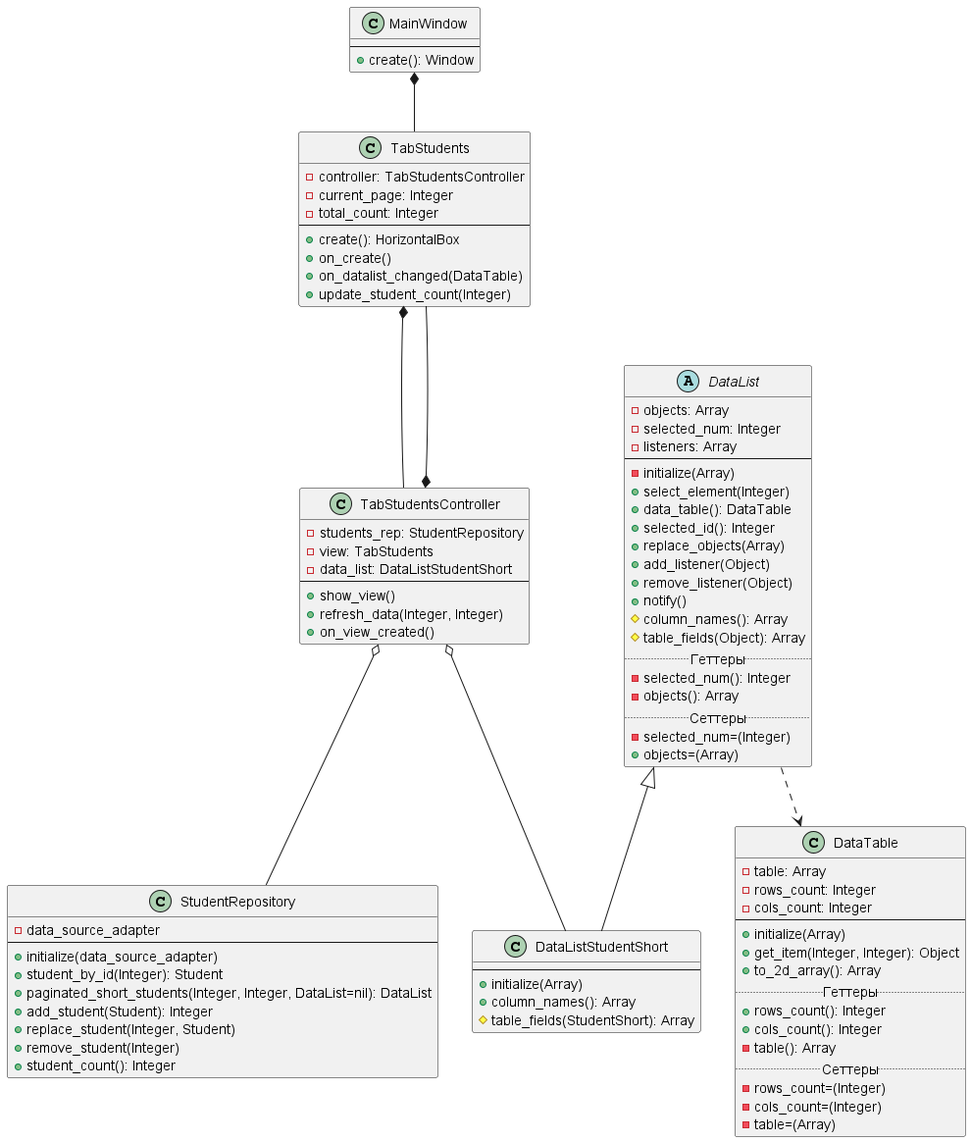
KoriganGH/Patterns keeps this PlantUML diagram as StudentLab/mvc.png. Above is the earlier version. Its diagram source:
```plantuml
@startuml

MainWindow *-- TabStudents
TabStudents *-- TabStudentsController
TabStudentsController *-- TabStudents
DataList ..> DataTable
TabStudentsController o-- DataListStudentShort
TabStudentsController o-- StudentRepository

class MainWindow {
    --
    +create(): Window
}

class TabStudents {
    -controller: TabStudentsController
    -current_page: Integer
    -total_count: Integer
    --
    +create(): HorizontalBox
    +on_create()
    +on_datalist_changed(DataTable)
    +update_student_count(Integer)
}

class TabStudentsController {
    -students_rep: StudentRepository
    -view: TabStudents
    -data_list: DataListStudentShort
    --
    +show_view()
    +refresh_data(Integer, Integer)
    +on_view_created()
}

class DataTable {
    -table: Array
    -rows_count: Integer
    -cols_count: Integer
    --
    +initialize(Array)
    +get_item(Integer, Integer): Object
    +to_2d_array(): Array
    .. Геттеры ..
    +rows_count(): Integer
    +cols_count(): Integer
    -table(): Array
    .. Сеттеры ..
    -rows_count=(Integer)
    -cols_count=(Integer)
    -table=(Array)
}

abstract class DataList {
    -objects: Array
    -selected_num: Integer
    -listeners: Array
    --
    -initialize(Array)
    +select_element(Integer)
    +data_table(): DataTable
    +selected_id(): Integer
    +replace_objects(Array)
    +add_listener(Object)
    +remove_listener(Object)
    +notify()
    #column_names(): Array
    #table_fields(Object): Array
    .. Геттеры ..
    -selected_num(): Integer
    -objects(): Array
    .. Сеттеры ..
    -selected_num=(Integer)
    +objects=(Array)
}

class DataListStudentShort extends DataList {
    --
    +initialize(Array)
    +column_names(): Array
    #table_fields(StudentShort): Array
}

class StudentRepository {
    -data_source_adapter
    --
    +initialize(data_source_adapter)
    +student_by_id(Integer): Student
    +paginated_short_students(Integer, Integer, DataList=nil): DataList
    +add_student(Student): Integer
    +replace_student(Integer, Student)
    +remove_student(Integer)
    +student_count(): Integer
}
@enduml
```
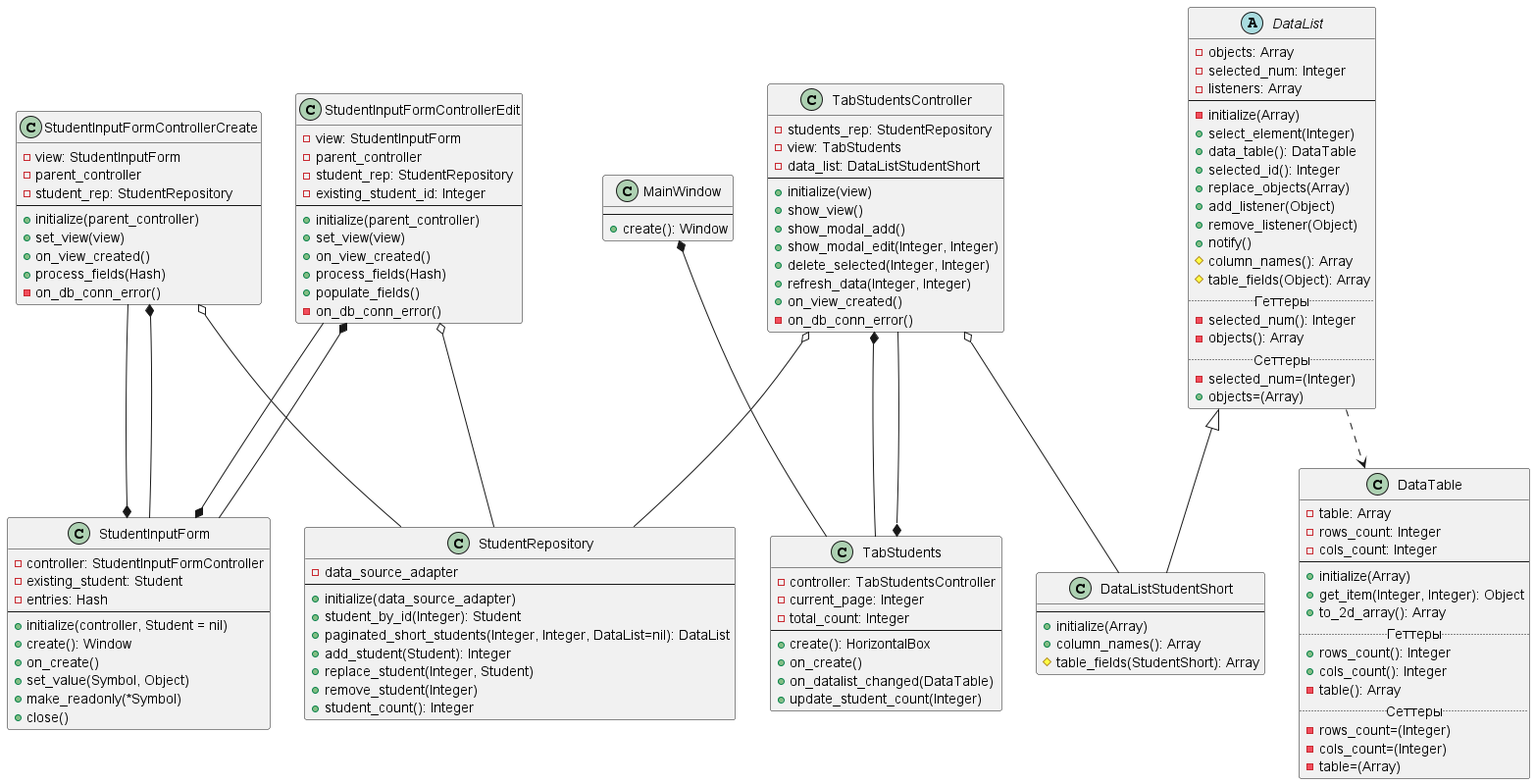
The same file after the commit.

The edit, as a diff of the source:
```diff
@@ -6,6 +6,14 @@
 DataList ..> DataTable
 TabStudentsController o-- DataListStudentShort
 TabStudentsController o-- StudentRepository
+
+StudentInputForm *-u- StudentInputFormControllerCreate
+StudentInputFormControllerCreate *-- StudentInputForm
+StudentInputFormControllerCreate o-- StudentRepository
+
+StudentInputForm *-u- StudentInputFormControllerEdit
+StudentInputFormControllerEdit *-- StudentInputForm
+StudentInputFormControllerEdit o-- StudentRepository
 
 class MainWindow {
     --
@@ -28,9 +36,53 @@
     -view: TabStudents
     -data_list: DataListStudentShort
     --
+    +initialize(view)
     +show_view()
+    +show_modal_add()
+    +show_modal_edit(Integer, Integer)
+    +delete_selected(Integer, Integer)
     +refresh_data(Integer, Integer)
     +on_view_created()
+    -on_db_conn_error()
+}
+
+class StudentInputForm {
+    -controller: StudentInputFormController
+    -existing_student: Student
+    -entries: Hash
+    --
+    +initialize(controller, Student = nil)
+    +create(): Window
+    +on_create()
+    +set_value(Symbol, Object)
+    +make_readonly(*Symbol)
+    +close()
+}
+
+class StudentInputFormControllerCreate {
+    -view: StudentInputForm
+    -parent_controller
+    -student_rep: StudentRepository
+    --
+    +initialize(parent_controller)
+    +set_view(view)
+    +on_view_created()
+    +process_fields(Hash)
+    -on_db_conn_error()
+}
+
+class StudentInputFormControllerEdit {
+    -view: StudentInputForm
+    -parent_controller
+    -student_rep: StudentRepository
+    -existing_student_id: Integer
+    --
+    +initialize(parent_controller)
+    +set_view(view)
+    +on_view_created()
+    +process_fields(Hash)
+    +populate_fields()
+    -on_db_conn_error()
 }
 
 class DataTable {
```
